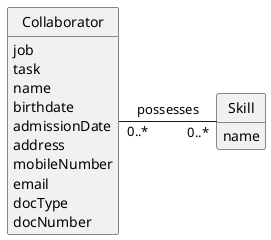
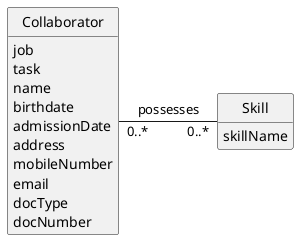
@startuml
skinparam monochrome true
skinparam packageStyle rectangle
skinparam shadowing false
skinparam classAttributeIconSize 0
hide circle
hide methods

class Collaborator {
    job
    task
    name
    birthdate
    admissionDate
    address
    mobileNumber
    email
    docType
    docNumber
}

class Skill {
-     name
+     skillName
}

Collaborator "0..*" -r- "0..*" Skill : possesses

@enduml
